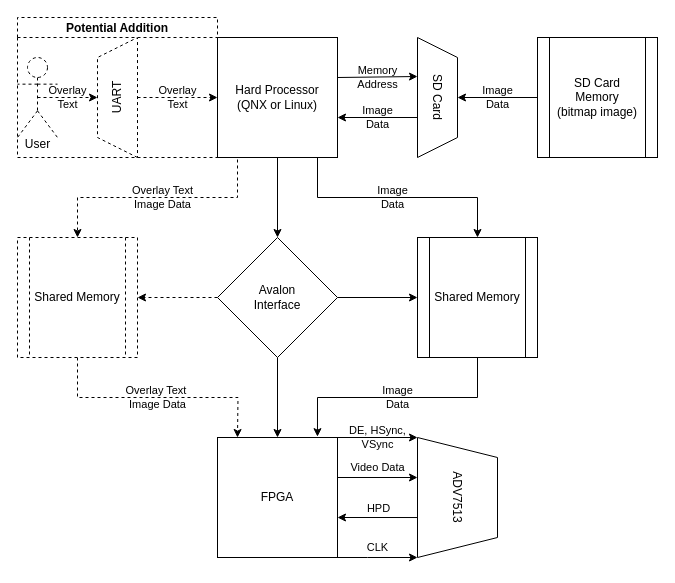
The draw.io diagram Report/Images/InProcess/PathPlanning.drawio in MrTreev/LabProject, before the edit. Source tidied: cells renumbered, new cells numbered last; positions are measured from the earlier drawing's top-left corner, leaving out a move shared by most shapes. Both pictures are drawn from the tidied source at 100%, with x=0, y=0 at pixel (17, 17).
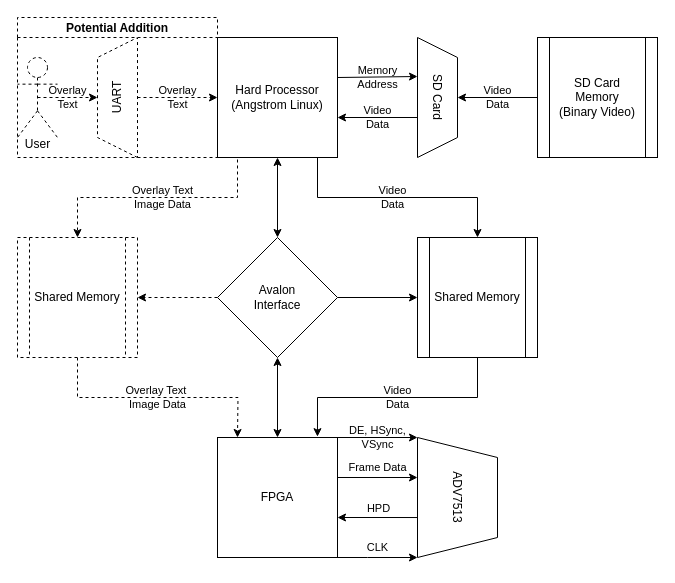
The same diagram, later.

Commit message (it also covers changes not shown here):
Changed diagram to reflect decision to move to video, added references for resources accessed, added to video gitignore to exclude hexdump

The change refers to these unchanged cells:
```xml
<mxCell id="10" value="SD Card" style="shape=trapezoid;perimeter=trapezoidPerimeter;whiteSpace=wrap;html=1;fixedSize=1;rotation=90;" parent="1" vertex="1">
  <mxGeometry x="360" y="60" width="120" height="40" as="geometry" />
</mxCell>
<mxCell id="14" value="Avalon&lt;br&gt;Interface" style="rhombus;whiteSpace=wrap;html=1;" parent="1" vertex="1">
  <mxGeometry x="200" y="220" width="120" height="120" as="geometry" />
</mxCell>
<mxCell id="16" value="Shared Memory" style="shape=process;whiteSpace=wrap;html=1;backgroundOutline=1;" parent="1" vertex="1">
  <mxGeometry x="400" y="220" width="120" height="120" as="geometry" />
</mxCell>
<mxCell id="20" value="FPGA" style="whiteSpace=wrap;html=1;" parent="1" vertex="1">
  <mxGeometry x="200" y="420" width="120" height="120" as="geometry" />
</mxCell>
```

Diff of the diagram source:
```diff
@@
-    <mxCell id="3" style="edgeStyle=orthogonalEdgeStyle;rounded=0;jettySize=auto;html=1;labelBackgroundColor=none;" parent="1" edge="1" source="6" target="14">
+    <mxCell id="3" style="edgeStyle=orthogonalEdgeStyle;rounded=0;jettySize=auto;html=1;labelBackgroundColor=none;startArrow=classic;startFill=1;" parent="1" edge="1" source="6" target="14">
       <mxGeometry relative="1" as="geometry" />
     </mxCell>
-    <mxCell id="4" value="Image&lt;br&gt;Data" style="edgeStyle=orthogonalEdgeStyle;rounded=0;jettySize=auto;html=1;exitX=0.75;exitY=1;exitDx=0;exitDy=0;entryX=0.5;entryY=0;entryDx=0;entryDy=0;labelBackgroundColor=none;" parent="1" edge="1" source="6" target="16">
+    <mxCell id="4" value="Video&lt;br&gt;Data" style="edgeStyle=orthogonalEdgeStyle;rounded=0;jettySize=auto;html=1;exitX=0.75;exitY=1;exitDx=0;exitDy=0;entryX=0.5;entryY=0;entryDx=0;entryDy=0;labelBackgroundColor=none;" parent="1" edge="1" source="6" target="16">
       <mxGeometry relative="1" as="geometry">
         <Array as="points">
           <mxPoint x="300" y="140" />
           <mxPoint x="300" y="180" />
           <mxPoint x="460" y="180" />
         </Array>
       </mxGeometry>
     </mxCell>
@@
-    <mxCell id="6" value="Hard Processor&lt;br&gt;(QNX or Linux)" style="whiteSpace=wrap;html=1;" parent="1" vertex="1">
+    <mxCell id="6" value="Hard Processor&lt;br&gt;(Angstrom Linux)" style="whiteSpace=wrap;html=1;" parent="1" vertex="1">
       <mxGeometry x="200" y="20" width="120" height="120" as="geometry" />
     </mxCell>
@@
-    <mxCell id="9" value="Image&lt;br&gt;Data" style="edgeStyle=orthogonalEdgeStyle;rounded=0;jettySize=auto;html=1;exitX=0.675;exitY=0.975;exitDx=0;exitDy=0;labelBackgroundColor=none;exitPerimeter=0;" parent="1" edge="1" source="10">
+    <mxCell id="9" value="Video&lt;br&gt;Data" style="edgeStyle=orthogonalEdgeStyle;rounded=0;jettySize=auto;html=1;exitX=0.675;exitY=0.975;exitDx=0;exitDy=0;labelBackgroundColor=none;exitPerimeter=0;" parent="1" edge="1" source="10">
       <mxGeometry x="0.02" relative="1" as="geometry">
         <mxPoint x="320" y="100" as="targetPoint" />
         <Array as="points">
           <mxPoint x="401" y="100" />
         </Array>
       </mxGeometry>
     </mxCell>
@@
-    <mxCell id="12" style="edgeStyle=orthogonalEdgeStyle;rounded=0;jettySize=auto;html=1;labelBackgroundColor=none;" parent="1" edge="1" source="14" target="20">
+    <mxCell id="12" style="edgeStyle=orthogonalEdgeStyle;rounded=0;jettySize=auto;html=1;labelBackgroundColor=none;startArrow=classic;startFill=1;" parent="1" edge="1" source="14" target="20">
       <mxGeometry relative="1" as="geometry" />
     </mxCell>
@@
-    <mxCell id="15" value="Image&lt;br&gt;Data" style="edgeStyle=orthogonalEdgeStyle;rounded=0;jettySize=auto;html=1;exitX=0.5;exitY=1;exitDx=0;exitDy=0;labelBackgroundColor=none;entryX=0.833;entryY=-0.007;entryDx=0;entryDy=0;entryPerimeter=0;" parent="1" edge="1" source="16" target="20">
+    <mxCell id="15" value="Video&lt;br&gt;Data" style="edgeStyle=orthogonalEdgeStyle;rounded=0;jettySize=auto;html=1;exitX=0.5;exitY=1;exitDx=0;exitDy=0;labelBackgroundColor=none;entryX=0.833;entryY=-0.007;entryDx=0;entryDy=0;entryPerimeter=0;" parent="1" edge="1" source="16" target="20">
       <mxGeometry relative="1" as="geometry" />
     </mxCell>
@@
-    <mxCell id="18" value="Video Data" style="edgeStyle=orthogonalEdgeStyle;rounded=0;jettySize=auto;html=1;exitX=1;exitY=0.4;exitDx=0;exitDy=0;exitPerimeter=0;labelBackgroundColor=none;" parent="1" edge="1" source="20">
+    <mxCell id="18" value="Frame Data" style="edgeStyle=orthogonalEdgeStyle;rounded=0;jettySize=auto;html=1;exitX=1;exitY=0.4;exitDx=0;exitDy=0;exitPerimeter=0;labelBackgroundColor=none;" parent="1" edge="1" source="20">
       <mxGeometry x="0.09" y="10" relative="1" as="geometry">
         <mxPoint x="400" y="460" as="targetPoint" />
         <Array as="points">
           <mxPoint x="320" y="460" />
           <mxPoint x="400" y="460" />
         </Array>
       </mxGeometry>
     </mxCell>
@@
-    <mxCell id="25" value="Image&lt;br&gt;Data" style="edgeStyle=orthogonalEdgeStyle;rounded=0;jettySize=auto;html=1;exitX=0;exitY=0.5;exitDx=0;exitDy=0;entryX=0.5;entryY=0;entryDx=0;entryDy=0;labelBackgroundColor=none;" parent="1" edge="1" source="26" target="10">
+    <mxCell id="25" value="Video&lt;br&gt;Data" style="edgeStyle=orthogonalEdgeStyle;rounded=0;jettySize=auto;html=1;exitX=0;exitY=0.5;exitDx=0;exitDy=0;entryX=0.5;entryY=0;entryDx=0;entryDy=0;labelBackgroundColor=none;" parent="1" edge="1" source="26" target="10">
       <mxGeometry relative="1" as="geometry" />
     </mxCell>
-    <mxCell id="26" value="SD Card&lt;br&gt;Memory&lt;br&gt;(bitmap image)&lt;br&gt;" style="shape=process;whiteSpace=wrap;html=1;backgroundOutline=1;" parent="1" vertex="1">
+    <mxCell id="26" value="SD Card&lt;br&gt;Memory&lt;br&gt;(Binary Video)" style="shape=process;whiteSpace=wrap;html=1;backgroundOutline=1;" parent="1" vertex="1">
       <mxGeometry x="520" y="20" width="120" height="120" as="geometry" />
     </mxCell>
```
